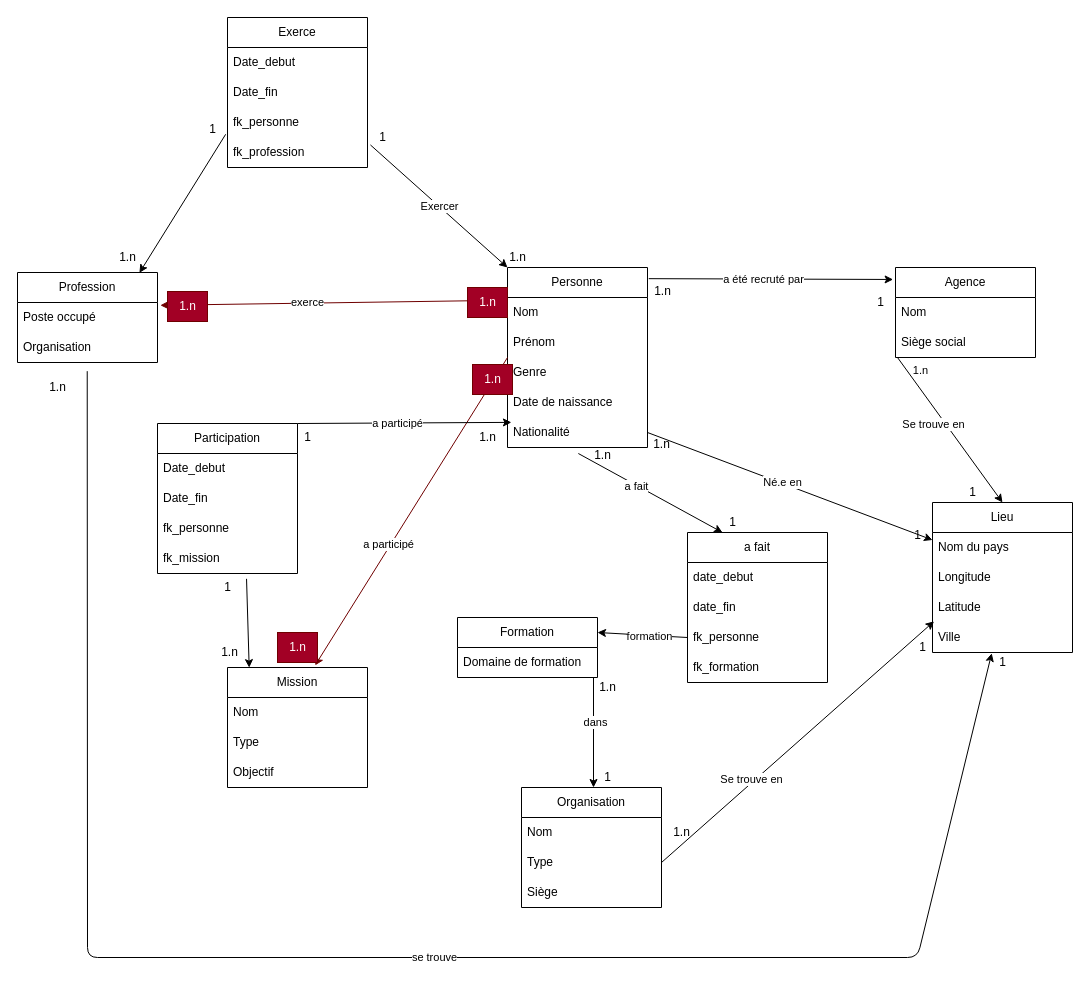
Before: astro.drawio in cassandrag22/Les_astronautes, a draw.io diagram. Source tidied: cells renumbered, new cells numbered last; positions are measured from the earlier drawing's top-left corner, leaving out a move shared by most shapes. Both pictures are drawn from the tidied source at 100%, with x=0, y=0 at pixel (17, 17).
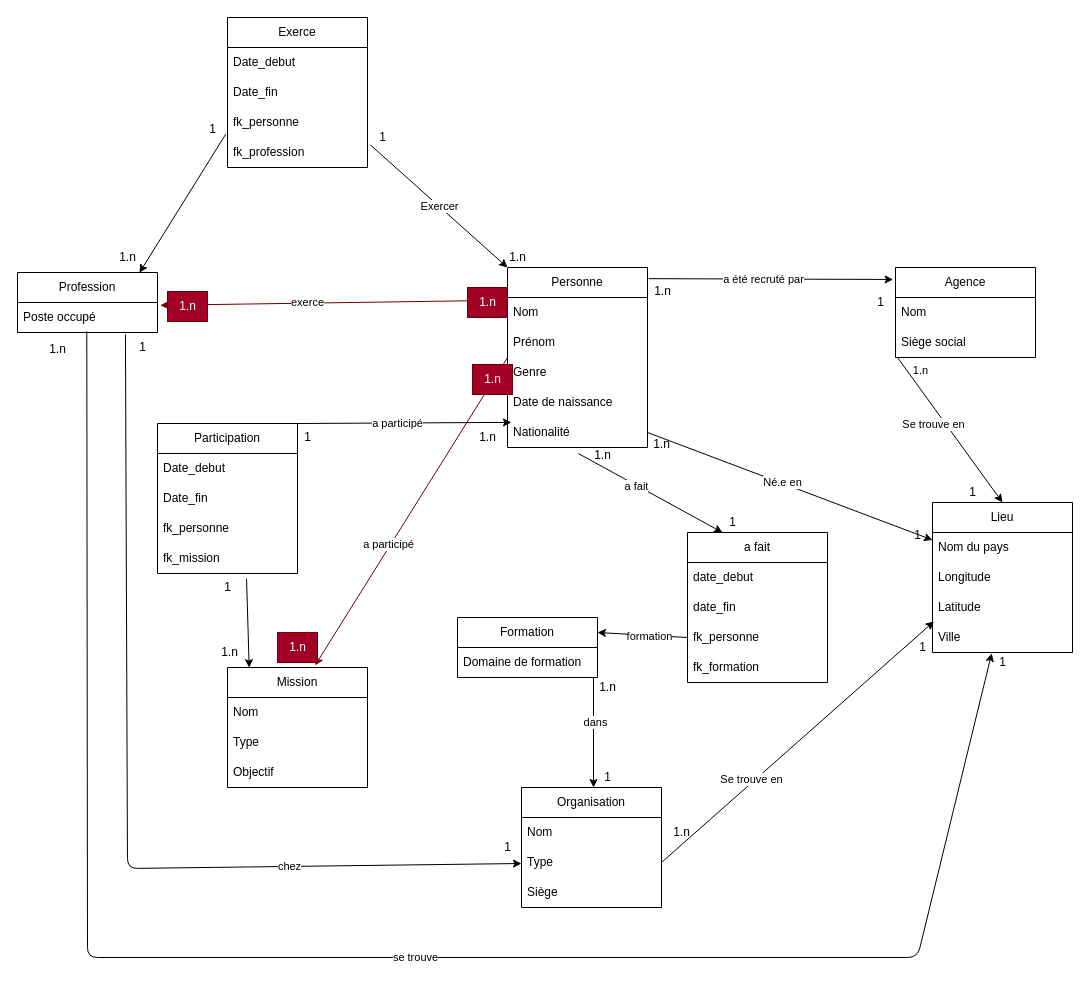
Above is the later version.

Unchanged cells that the change refers to:
```xml
<mxCell id="19" value="Ville" style="text;strokeColor=none;fillColor=none;align=left;verticalAlign=middle;spacingLeft=4;spacingRight=4;overflow=hidden;points=[[0,0.5],[1,0.5]];portConstraint=eastwest;whiteSpace=wrap;html=1;" parent="15" vertex="1">
  <mxGeometry y="120" width="140" height="30" as="geometry" />
</mxCell>
<mxCell id="45" value="Poste occupé" style="text;strokeColor=none;fillColor=none;align=left;verticalAlign=middle;spacingLeft=4;spacingRight=4;overflow=hidden;points=[[0,0.5],[1,0.5]];portConstraint=eastwest;whiteSpace=wrap;html=1;" parent="44" vertex="1">
  <mxGeometry y="30" width="140" height="30" as="geometry" />
</mxCell>
```

What changed in the source:
```diff
@@
     <mxCell id="44" value="Profession" style="swimlane;fontStyle=0;horizontal=1;startSize=30;whiteSpace=wrap;html=1;" parent="1" vertex="1">
-      <mxGeometry y="255" width="140" height="90" as="geometry" />
+      <mxGeometry y="255" width="140" height="60" as="geometry" />
     </mxCell>
@@
-    <mxCell id="46" value="Organisation" style="text;strokeColor=none;fillColor=none;align=left;verticalAlign=middle;spacingLeft=4;spacingRight=4;overflow=hidden;points=[[0,0.5],[1,0.5]];portConstraint=eastwest;whiteSpace=wrap;html=1;" parent="44" vertex="1">
-      <mxGeometry y="60" width="140" height="30" as="geometry" />
-    </mxCell>
@@
-    <mxCell id="84" style="endArrow=classic;html=1;exitX=0.498;exitY=1.289;exitDx=0;exitDy=0;exitPerimeter=0;entryX=0.423;entryY=1.026;entryDx=0;entryDy=0;entryPerimeter=0;" parent="1" edge="1" source="46" target="19">
+    <mxCell id="84" style="endArrow=classic;html=1;exitX=0.495;exitY=0.964;exitDx=0;exitDy=0;exitPerimeter=0;entryX=0.423;entryY=1.026;entryDx=0;entryDy=0;entryPerimeter=0;" parent="1" edge="1" source="45" target="19">
       <mxGeometry relative="1" as="geometry">
         <Array as="points">
           <mxPoint x="70" y="940" />
           <mxPoint x="900" y="940" />
         </Array>
       </mxGeometry>
     </mxCell>
@@
     <mxCell id="86" value="1.n" style="text;html=1;align=center;verticalAlign=middle;strokeColor=none;fillColor=none;" parent="1" vertex="1">
-      <mxGeometry x="20" y="355" width="40" height="30" as="geometry" />
+      <mxGeometry x="20" y="317" width="40" height="30" as="geometry" />
     </mxCell>
@@
+    <mxCell id="95" style="endArrow=classic;html=1;entryX=0;entryY=0.5;entryDx=0;entryDy=0;exitX=0.771;exitY=1.067;exitDx=0;exitDy=0;exitPerimeter=0;" parent="1" edge="1" source="45">
+      <mxGeometry relative="1" as="geometry">
+        <mxPoint x="504" y="846" as="targetPoint" />
+        <Array as="points">
+          <mxPoint x="110" y="851" />
+        </Array>
+      </mxGeometry>
+    </mxCell>
+    <mxCell id="96" value="chez" style="edgeLabel;html=1;align=center;verticalAlign=middle;" parent="95" vertex="1">
+      <mxGeometry x="0.5" relative="1" as="geometry" />
+    </mxCell>
+    <mxCell id="97" value="1" style="text;html=1;align=center;verticalAlign=middle;strokeColor=none;fillColor=none;" parent="1" vertex="1">
+      <mxGeometry x="110" y="315" width="30" height="30" as="geometry" />
+    </mxCell>
+    <mxCell id="98" value="1" style="text;html=1;align=center;verticalAlign=middle;strokeColor=none;fillColor=none;" parent="1" vertex="1">
+      <mxGeometry x="475" y="815" width="30" height="30" as="geometry" />
+    </mxCell>
```
